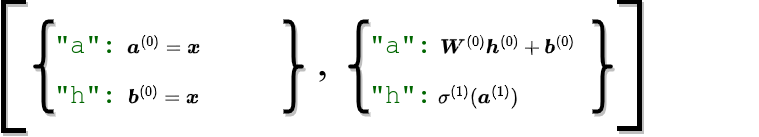
barahona-research-group/mfds-resources keeps this draw.io diagram as images/mlp-forward.drawio.png. Above is the earlier version. Source tidied: cells renumbered, new cells last; positions are measured from the earlier drawing's top-left corner, leaving out a move shared by most shapes.
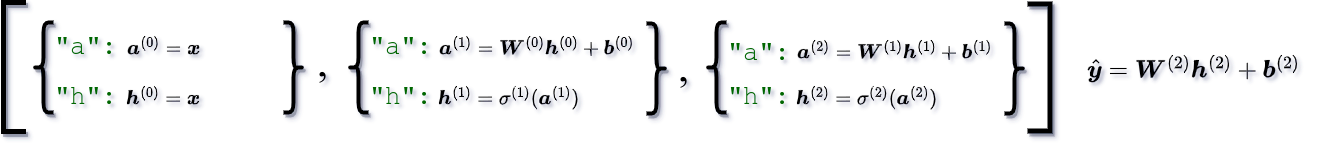
Above is the later version.

Diff of the diagram source:
```diff
@@ -6,7 +6,7 @@
       <mxGeometry x="400" width="20" height="90" as="geometry" />
     </mxCell>
     <mxCell id="3" style="shape=curlyBracket;html=1;rounded=1;labelPosition=left;verticalLabelPosition=middle;align=right;verticalAlign=middle;strokeWidth=4;rotation=-180;shadow=1;labelBorderColor=none;" parent="1" vertex="1">
-      <mxGeometry x="644" width="20" height="90" as="geometry" />
+      <mxGeometry x="698" y="1" width="20" height="90" as="geometry" />
     </mxCell>
     <mxCell id="4" style="group;shadow=1;labelBorderColor=none;" parent="1" vertex="1">
       <mxGeometry x="420" y="60" width="140" height="30" as="geometry" />
@@ -14,8 +14,8 @@
     <mxCell id="5" value="&quot;h&quot;:&amp;nbsp;" style="text;html=1;strokeColor=none;fillColor=none;align=center;verticalAlign=middle;rounded=0;fontFamily=Courier New;fontColor=#006600;fontStyle=0;fontSize=26;shadow=1;labelBorderColor=none;" parent="4" vertex="1">
       <mxGeometry width="80" height="30" as="geometry" />
     </mxCell>
-    <mxCell id="6" value="\(\sigma^{(1)}(\boldsymbol{a}^{(1)})\)" style="text;html=1;strokeColor=none;fillColor=none;align=center;verticalAlign=middle;rounded=0;fontSize=17;shadow=1;labelBorderColor=none;" parent="4" vertex="1">
-      <mxGeometry x="80" width="60" height="30" as="geometry" />
+    <mxCell id="6" value="\( \boldsymbol{h}^{(1)}=\sigma^{(1)}(\boldsymbol{a}^{(1)})\)" style="text;html=1;strokeColor=none;fillColor=none;align=center;verticalAlign=middle;rounded=0;fontSize=17;shadow=1;labelBorderColor=none;" parent="4" vertex="1">
+      <mxGeometry x="110" width="60" height="30" as="geometry" />
     </mxCell>
     <mxCell id="7" style="group;shadow=1;labelBorderColor=none;" parent="1" vertex="1">
       <mxGeometry x="420" y="10" width="140" height="30" as="geometry" />
@@ -23,14 +23,14 @@
     <mxCell id="8" value="&quot;a&quot;:&amp;nbsp;" style="text;html=1;strokeColor=none;fillColor=none;align=center;verticalAlign=middle;rounded=0;fontFamily=Courier New;fontColor=#006600;fontStyle=0;fontSize=26;shadow=1;labelBorderColor=none;" parent="7" vertex="1">
       <mxGeometry width="80" height="30" as="geometry" />
     </mxCell>
-    <mxCell id="9" value="\(\boldsymbol{W}^{(0)}\boldsymbol{h}^{(0)} + \boldsymbol{b}^{(0)}\)" style="text;html=1;strokeColor=none;fillColor=none;align=center;verticalAlign=middle;rounded=0;fontSize=17;shadow=1;labelBorderColor=none;" parent="1" vertex="1">
-      <mxGeometry x="529" y="10" width="60" height="30" as="geometry" />
+    <mxCell id="9" value="\( \boldsymbol{a}^{(1)}=\boldsymbol{W}^{(0)}\boldsymbol{h}^{(0)} + \boldsymbol{b}^{(0)}\)" style="text;html=1;strokeColor=none;fillColor=none;align=center;verticalAlign=middle;rounded=0;fontSize=17;shadow=1;labelBorderColor=none;" parent="1" vertex="1">
+      <mxGeometry x="558" y="10" width="60" height="30" as="geometry" />
     </mxCell>
     <mxCell id="10" style="shape=partialRectangle;html=1;bottom=1;right=1;left=1;top=0;fillColor=none;routingCenterX=-0.5;fontSize=12;strokeWidth=5;rotation=90;shadow=1;labelBorderColor=none;" parent="1" vertex="1">
       <mxGeometry x="0.5" y="34.5" width="129" height="20" as="geometry" />
     </mxCell>
     <mxCell id="11" style="shape=partialRectangle;html=1;bottom=1;right=1;left=1;top=0;fillColor=none;routingCenterX=-0.5;fontSize=12;strokeWidth=5;rotation=-90;shadow=1;labelBorderColor=none;" parent="1" vertex="1">
-      <mxGeometry x="617.5" y="33.5" width="127" height="20" as="geometry" />
+      <mxGeometry x="1028" y="35" width="127" height="20" as="geometry" />
     </mxCell>
     <mxCell id="12" value="," style="text;html=1;strokeColor=none;fillColor=none;align=center;verticalAlign=middle;rounded=0;fontSize=42;fontFamily=Times New Roman;shadow=1;labelBorderColor=none;" parent="1" vertex="1">
       <mxGeometry x="344" y="10" width="60" height="60" as="geometry" />
@@ -47,7 +47,7 @@
     <mxCell id="16" value="&quot;h&quot;:&amp;nbsp;" style="text;html=1;strokeColor=none;fillColor=none;align=center;verticalAlign=middle;rounded=0;fontFamily=Courier New;fontColor=#006600;fontStyle=0;fontSize=26;shadow=1;labelBorderColor=none;" parent="15" vertex="1">
       <mxGeometry width="80" height="30" as="geometry" />
     </mxCell>
-    <mxCell id="17" value="\(\boldsymbol{b}^{(0)} = \boldsymbol{x} \)" style="text;html=1;strokeColor=none;fillColor=none;align=center;verticalAlign=middle;rounded=0;fontSize=17;shadow=1;labelBorderColor=none;" parent="15" vertex="1">
+    <mxCell id="17" value="\(\boldsymbol{h}^{(0)} = \boldsymbol{x} \)" style="text;html=1;strokeColor=none;fillColor=none;align=center;verticalAlign=middle;rounded=0;fontSize=17;shadow=1;labelBorderColor=none;" parent="15" vertex="1">
       <mxGeometry x="80" width="60" height="30" as="geometry" />
     </mxCell>
     <mxCell id="18" style="group;shadow=1;labelBorderColor=none;" parent="1" vertex="1">
@@ -59,5 +59,35 @@
     <mxCell id="20" value="\(\boldsymbol{a}^{(0)} = \boldsymbol{x} \)" style="text;html=1;strokeColor=none;fillColor=none;align=center;verticalAlign=middle;rounded=0;fontSize=17;shadow=1;labelBorderColor=none;" parent="18" vertex="1">
       <mxGeometry x="80" width="60" height="30" as="geometry" />
     </mxCell>
+    <mxCell id="21" style="shape=curlyBracket;html=1;rounded=1;labelPosition=left;verticalLabelPosition=middle;align=right;verticalAlign=middle;strokeWidth=4;size=0.5;shadow=1;labelBorderColor=none;" parent="1" vertex="1">
+      <mxGeometry x="758" width="20" height="90" as="geometry" />
+    </mxCell>
+    <mxCell id="22" style="shape=curlyBracket;html=1;rounded=1;labelPosition=left;verticalLabelPosition=middle;align=right;verticalAlign=middle;strokeWidth=4;rotation=-180;shadow=1;labelBorderColor=none;" parent="1" vertex="1">
+      <mxGeometry x="1056" y="1" width="20" height="90" as="geometry" />
+    </mxCell>
+    <mxCell id="23" style="group;shadow=1;labelBorderColor=none;" parent="1" vertex="1">
+      <mxGeometry x="778" y="66" width="140" height="30" as="geometry" />
+    </mxCell>
+    <mxCell id="24" value="&quot;h&quot;:&amp;nbsp;" style="text;html=1;strokeColor=none;fillColor=none;align=center;verticalAlign=middle;rounded=0;fontFamily=Courier New;fontColor=#006600;fontStyle=0;fontSize=26;shadow=1;labelBorderColor=none;" parent="23" vertex="1">
+      <mxGeometry y="-6" width="80" height="30" as="geometry" />
+    </mxCell>
+    <mxCell id="25" value="\( \boldsymbol{h}^{(2)}=\sigma^{(2)}(\boldsymbol{a}^{(2)})\)" style="text;html=1;strokeColor=none;fillColor=none;align=center;verticalAlign=middle;rounded=0;fontSize=17;shadow=1;labelBorderColor=none;" parent="23" vertex="1">
+      <mxGeometry x="110" y="-6" width="60" height="30" as="geometry" />
+    </mxCell>
+    <mxCell id="26" style="group;shadow=1;labelBorderColor=none;" parent="1" vertex="1">
+      <mxGeometry x="778" y="16" width="140" height="30" as="geometry" />
+    </mxCell>
+    <mxCell id="27" value="&quot;a&quot;:&amp;nbsp;" style="text;html=1;strokeColor=none;fillColor=none;align=center;verticalAlign=middle;rounded=0;fontFamily=Courier New;fontColor=#006600;fontStyle=0;fontSize=26;shadow=1;labelBorderColor=none;" parent="26" vertex="1">
+      <mxGeometry width="80" height="30" as="geometry" />
+    </mxCell>
+    <mxCell id="28" value="\( \boldsymbol{a}^{(2)}=\boldsymbol{W}^{(1)}\boldsymbol{h}^{(1)} + \boldsymbol{b}^{(1)}\)" style="text;html=1;strokeColor=none;fillColor=none;align=center;verticalAlign=middle;rounded=0;fontSize=17;shadow=1;labelBorderColor=none;" parent="1" vertex="1">
+      <mxGeometry x="916" y="14" width="60" height="30" as="geometry" />
+    </mxCell>
+    <mxCell id="29" value="," style="text;html=1;strokeColor=none;fillColor=none;align=center;verticalAlign=middle;rounded=0;fontSize=42;fontFamily=Times New Roman;shadow=1;labelBorderColor=none;" parent="1" vertex="1">
+      <mxGeometry x="705" y="14.5" width="60" height="60" as="geometry" />
+    </mxCell>
+    <mxCell id="30" value="\(\hat{\boldsymbol{y}} = \boldsymbol{W}^{(2)} \boldsymbol{h}^{(2)} + \boldsymbol{b}^{(2)} \)&amp;nbsp;" style="text;html=1;strokeColor=none;fillColor=none;align=center;verticalAlign=middle;whiteSpace=wrap;rounded=0;fontSize=20;" parent="1" vertex="1">
+      <mxGeometry x="1128" y="1" width="240" height="90" as="geometry" />
+    </mxCell>
   </root>
 </mxGraphModel>
```
